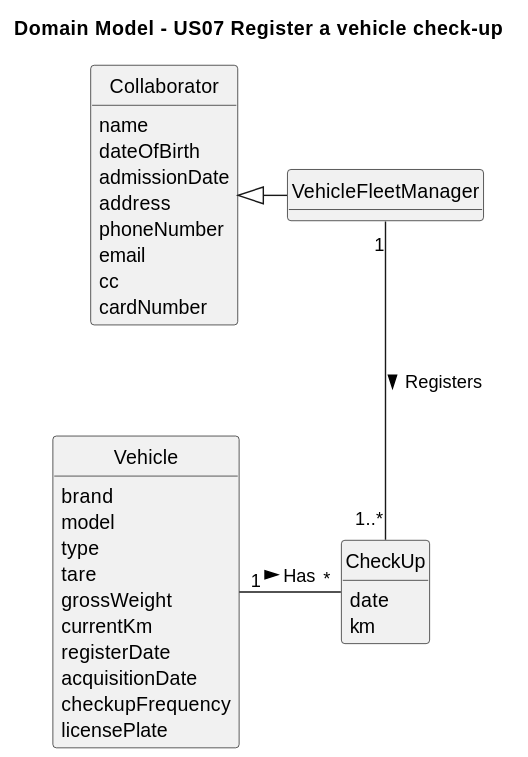
This is docs/sprint2/us07/02.analysis/svg/us07-domain-model.svg from Departamento-de-Engenharia-Informatica/lei-24-s2-1db-g022, a PlantUML export, as it was before one commit. Its diagram source:
```plantuml
@startuml
skinparam monochrome true
skinparam packageStyle rectangle
skinparam shadowing false
skinparam classAttributeIconSize 0
hide circle
hide methods

title Domain Model - US07 Register a vehicle check-up

class Collaborator {
    name
    dateOfBirth
    admissionDate
    address
    phoneNumber
    email
    cc
    cardNumber
}

class VehicleFleetManager {
}

class Vehicle{
    brand
    model
    type
    tare
    grossWeight
    currentKm
    registerDate
    acquisitionDate
    checkupFrequency
    licensePlate
}

class CheckUp{
    date
    km
}

Collaborator <|- VehicleFleetManager
VehicleFleetManager "1" -- "1..*" CheckUp : Registers >
Vehicle "1" - "*" CheckUp : Has >
@enduml
```
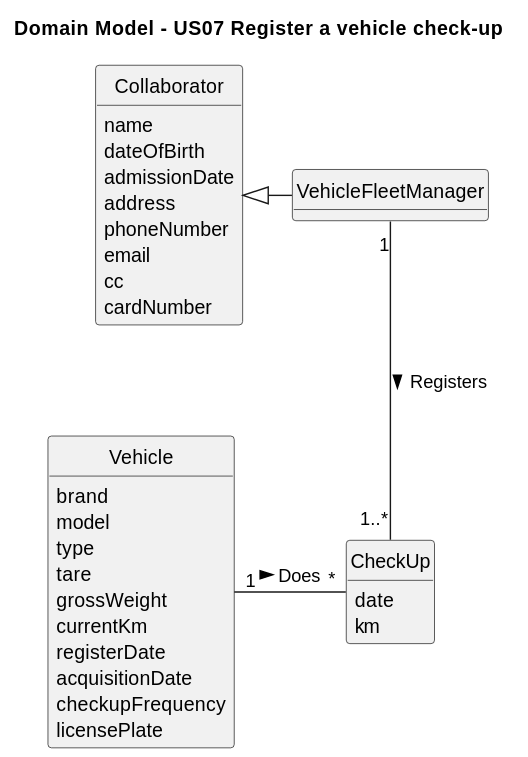
Later version of the same file.

Change to the diagram source:
```diff
@@ -42,5 +42,5 @@
 
 Collaborator <|- VehicleFleetManager
 VehicleFleetManager "1" -- "1..*" CheckUp : Registers >
-Vehicle "1" - "*" CheckUp : Has >
+Vehicle "1" - "*" CheckUp : Does >
 @enduml
```
